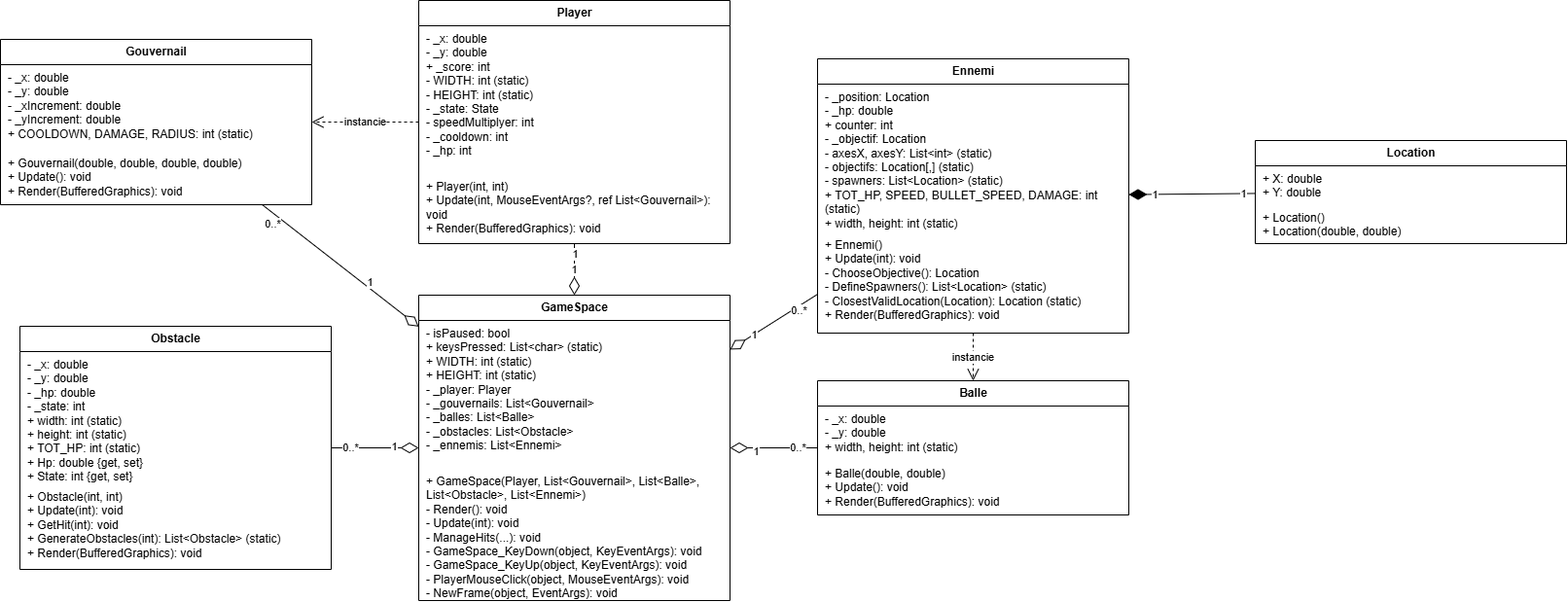
The draw.io diagram doc/ShootMeUp_diagramme_classes.drawio.png in yohannf-222/Projet-320-ShootMeUp-YFS, before a commit. Source tidied: cells renumbered, new cells last; positions are measured from the earlier drawing's top-left corner, leaving out a move shared by most shapes.
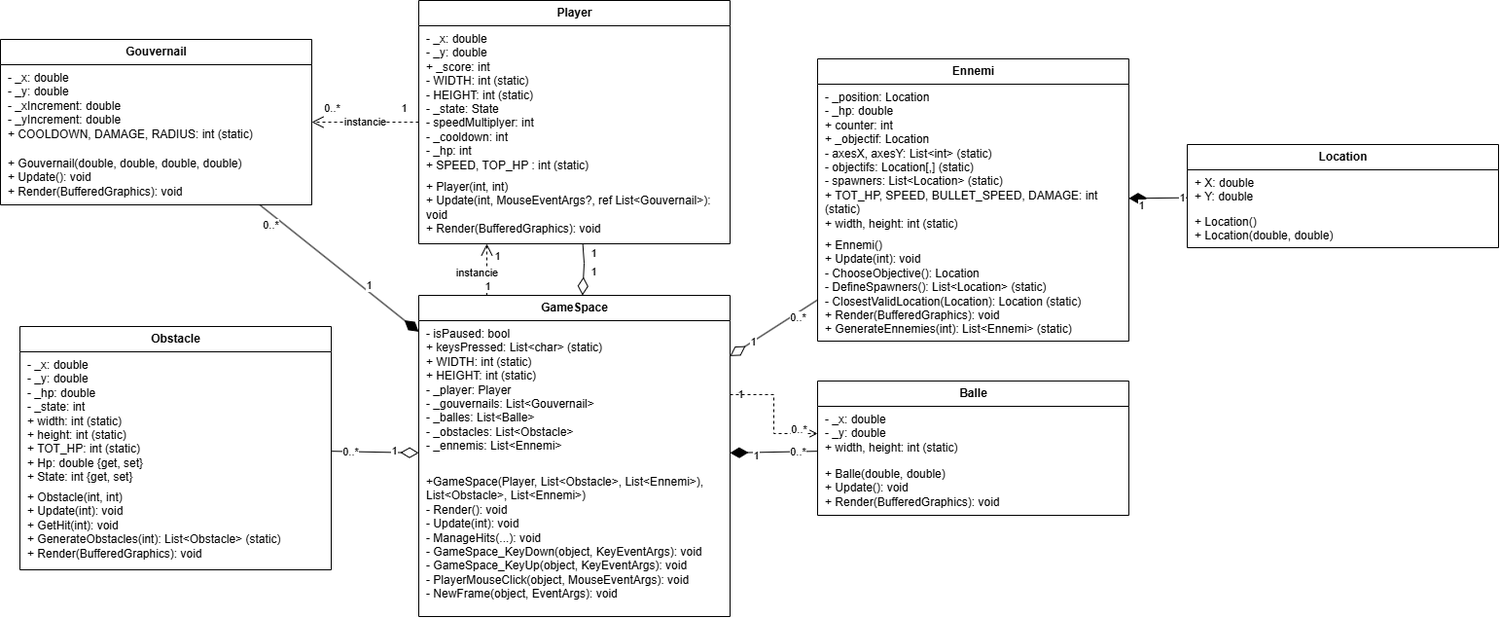
The same diagram one commit later.

Diff of the diagram source:
```diff
@@ -3,34 +3,34 @@
     <mxCell id="0" />
     <mxCell id="1" parent="0" />
     <mxCell id="2" value="GameSpace" style="swimlane;fontStyle=1;horizontal=1;startSize=26;html=1;" parent="1" vertex="1">
-      <mxGeometry x="430" y="303" width="320" height="314" as="geometry" />
+      <mxGeometry x="430" y="303" width="320" height="330" as="geometry" />
     </mxCell>
     <mxCell id="3" value="- isPaused: bool&#10;+ keysPressed: List&lt;char&gt; (static)&#10;+ WIDTH: int (static)&#10;+ HEIGHT: int (static)&#10;- _player: Player&#10;- _gouvernails: List&lt;Gouvernail&gt;&#10;- _balles: List&lt;Balle&gt;&#10;- _obstacles: List&lt;Obstacle&gt;&#10;- _ennemis: List&lt;Ennemi&gt;" style="text;align=left;verticalAlign=top;spacingLeft=6;whiteSpace=wrap;" parent="2" vertex="1">
       <mxGeometry y="26" width="320" height="152" as="geometry" />
     </mxCell>
-    <mxCell id="4" value="+ GameSpace(Player, List&lt;Gouvernail&gt;, List&lt;Balle&gt;, List&lt;Obstacle&gt;, List&lt;Ennemi&gt;)&#10;- Render(): void&#10;- Update(int): void&#10;- ManageHits(...): void&#10;- GameSpace_KeyDown(object, KeyEventArgs): void&#10;- GameSpace_KeyUp(object, KeyEventArgs): void&#10;- PlayerMouseClick(object, MouseEventArgs): void&#10;- NewFrame(object, EventArgs): void" style="text;align=left;verticalAlign=top;spacingLeft=6;whiteSpace=wrap;" parent="2" vertex="1">
-      <mxGeometry y="178" width="320" height="136" as="geometry" />
+    <mxCell id="4" value="+GameSpace(Player, List&lt;Obstacle&gt;, List&lt;Ennemi&gt;), List&lt;Obstacle&gt;, List&lt;Ennemi&gt;)&#10;- Render(): void&#10;- Update(int): void&#10;- ManageHits(...): void&#10;- GameSpace_KeyDown(object, KeyEventArgs): void&#10;- GameSpace_KeyUp(object, KeyEventArgs): void&#10;- PlayerMouseClick(object, MouseEventArgs): void&#10;- NewFrame(object, EventArgs): void" style="text;align=left;verticalAlign=top;spacingLeft=6;whiteSpace=wrap;" parent="2" vertex="1">
+      <mxGeometry y="178" width="320" height="152" as="geometry" />
     </mxCell>
     <mxCell id="5" value="Player" style="swimlane;fontStyle=1;horizontal=1;startSize=26;html=1;" parent="1" vertex="1">
       <mxGeometry x="430" width="320" height="250" as="geometry" />
     </mxCell>
-    <mxCell id="6" value="- _x: double&#10;- _y: double&#10;+ _score: int&#10;- WIDTH: int (static)&#10;- HEIGHT: int (static)&#10;- _state: State&#10;- speedMultiplyer: int&#10;- _cooldown: int&#10;- _hp: int" style="text;align=left;verticalAlign=top;spacingLeft=6;whiteSpace=wrap;" parent="5" vertex="1">
+    <mxCell id="6" value="- _x: double&#10;- _y: double&#10;+ _score: int&#10;- WIDTH: int (static)&#10;- HEIGHT: int (static)&#10;- _state: State&#10;- speedMultiplyer: int&#10;- _cooldown: int&#10;- _hp: int&#10;+ SPEED, TOP_HP : int (static)" style="text;align=left;verticalAlign=top;spacingLeft=6;whiteSpace=wrap;" parent="5" vertex="1">
       <mxGeometry y="26" width="320" height="152" as="geometry" />
     </mxCell>
     <mxCell id="7" value="+ Player(int, int)&#10;+ Update(int, MouseEventArgs?, ref List&lt;Gouvernail&gt;): void&#10;+ Render(BufferedGraphics): void" style="text;align=left;verticalAlign=top;spacingLeft=6;whiteSpace=wrap;" parent="5" vertex="1">
       <mxGeometry y="178" width="320" height="72" as="geometry" />
     </mxCell>
     <mxCell id="8" value="Ennemi" style="swimlane;fontStyle=1;horizontal=1;startSize=26;html=1;" parent="1" vertex="1">
-      <mxGeometry x="840" y="60" width="320" height="282" as="geometry" />
+      <mxGeometry x="840" y="60" width="320" height="290" as="geometry" />
     </mxCell>
-    <mxCell id="9" value="- _position: Location&#10;- _hp: double&#10;+ counter: int&#10;- _objectif: Location&#10;- axesX, axesY: List&lt;int&gt; (static)&#10;- objectifs: Location[,] (static)&#10;- spawners: List&lt;Location&gt; (static)&#10;+ TOT_HP, SPEED, BULLET_SPEED, DAMAGE: int (static)&#10;+ width, height: int (static)" style="text;align=left;verticalAlign=top;spacingLeft=6;whiteSpace=wrap;" parent="8" vertex="1">
+    <mxCell id="9" value="- _position: Location&#10;- _hp: double&#10;+ counter: int&#10;+ _objectif: Location&#10;- axesX, axesY: List&lt;int&gt; (static)&#10;- objectifs: Location[,] (static)&#10;- spawners: List&lt;Location&gt; (static)&#10;+ TOT_HP, SPEED, BULLET_SPEED, DAMAGE: int (static)&#10;+ width, height: int (static)" style="text;align=left;verticalAlign=top;spacingLeft=6;whiteSpace=wrap;" parent="8" vertex="1">
       <mxGeometry y="26" width="320" height="152" as="geometry" />
     </mxCell>
-    <mxCell id="10" value="+ Ennemi()&#10;+ Update(int): void&#10;- ChooseObjective(): Location&#10;- DefineSpawners(): List&lt;Location&gt; (static)&#10;- ClosestValidLocation(Location): Location (static)&#10;+ Render(BufferedGraphics): void" style="text;align=left;verticalAlign=top;spacingLeft=6;whiteSpace=wrap;" parent="8" vertex="1">
-      <mxGeometry y="178" width="320" height="104" as="geometry" />
+    <mxCell id="10" value="+ Ennemi()&#10;+ Update(int): void&#10;- ChooseObjective(): Location&#10;- DefineSpawners(): List&lt;Location&gt; (static)&#10;- ClosestValidLocation(Location): Location (static)&#10;+ Render(BufferedGraphics): void&#10;+ GenerateEnnemies(int): List&lt;Ennemi&gt; (static)" style="text;align=left;verticalAlign=top;spacingLeft=6;whiteSpace=wrap;" parent="8" vertex="1">
+      <mxGeometry y="178" width="320" height="112" as="geometry" />
     </mxCell>
     <mxCell id="11" value="Location" style="swimlane;fontStyle=1;horizontal=1;startSize=26;html=1;" parent="1" vertex="1">
-      <mxGeometry x="1290" y="144" width="320" height="106" as="geometry" />
+      <mxGeometry x="1220" y="148" width="320" height="106" as="geometry" />
     </mxCell>
     <mxCell id="12" value="+ X: double&#10;+ Y: double" style="text;align=left;verticalAlign=top;spacingLeft=6;whiteSpace=wrap;" parent="11" vertex="1">
       <mxGeometry y="26" width="320" height="40" as="geometry" />
@@ -66,25 +66,35 @@
       <mxGeometry y="82" width="320" height="56" as="geometry" />
     </mxCell>
     <mxCell id="23" value="1" style="endArrow=diamondThin;endFill=0;endSize=16;html=1;edgeStyle=none;rounded=0;" parent="1" edge="1" source="5" target="2">
-      <mxGeometry relative="1" as="geometry" />
+      <mxGeometry x="0.11" y="11" relative="1" as="geometry">
+        <Array as="points">
+          <mxPoint x="600" y="270" />
+        </Array>
+        <mxPoint y="-1" as="offset" />
+      </mxGeometry>
     </mxCell>
     <mxCell id="24" value="1" style="edgeLabel;html=1;align=center;verticalAlign=middle;" parent="23" vertex="1">
       <mxGeometry x="-0.51" y="1" relative="1" as="geometry">
-        <mxPoint x="-1" y="-3" as="offset" />
+        <mxPoint x="9" y="-3" as="offset" />
       </mxGeometry>
     </mxCell>
-    <mxCell id="25" value="0..*" style="endArrow=diamondThin;endFill=0;endSize=16;html=1;edgeStyle=none;rounded=0;" parent="1" edge="1" source="17" target="2">
-      <mxGeometry x="-0.8" y="-9" relative="1" as="geometry" />
+    <mxCell id="25" value="0..*" style="endArrow=diamondThin;endFill=1;endSize=16;html=1;edgeStyle=none;rounded=0;" parent="1" edge="1" source="17" target="2">
+      <mxGeometry x="-0.79" y="-9" relative="1" as="geometry" />
     </mxCell>
     <mxCell id="26" value="1" style="edgeLabel;html=1;align=center;verticalAlign=middle;" parent="25" vertex="1">
-      <mxGeometry x="0.34" y="5" relative="1" as="geometry" />
+      <mxGeometry x="0.33" y="5" relative="1" as="geometry" />
     </mxCell>
-    <mxCell id="27" value="0..*" style="endArrow=diamondThin;endFill=0;endSize=16;html=1;edgeStyle=none;rounded=0;" parent="1" edge="1" source="20" target="2">
+    <mxCell id="27" value="0..*" style="endArrow=diamondThin;endFill=1;endSize=16;html=1;edgeStyle=none;rounded=0;" parent="1" edge="1" source="20" target="2">
       <mxGeometry x="-0.56" relative="1" as="geometry" />
     </mxCell>
     <mxCell id="28" value="1" style="edgeLabel;html=1;align=center;verticalAlign=middle;" parent="27" vertex="1">
       <mxGeometry x="0.42" y="3" relative="1" as="geometry" />
     </mxCell>
+    <mxCell id="38" value="1" style="edgeLabel;html=1;align=center;verticalAlign=middle;" parent="27" vertex="1">
+      <mxGeometry x="0.33" relative="1" as="geometry">
+        <mxPoint x="-20" y="-60" as="offset" />
+      </mxGeometry>
+    </mxCell>
     <mxCell id="29" value="0..*" style="endArrow=diamondThin;endFill=0;endSize=16;html=1;edgeStyle=none;rounded=0;" parent="1" edge="1" source="14" target="2">
       <mxGeometry x="-0.56" relative="1" as="geometry" />
     </mxCell>
@@ -103,7 +113,9 @@
       <mxGeometry relative="1" as="geometry" />
     </mxCell>
     <mxCell id="34" value="1" style="edgeLabel;html=1;align=center;verticalAlign=middle;" parent="33" vertex="1">
-      <mxGeometry x="0.6" relative="1" as="geometry" />
+      <mxGeometry x="0.6" relative="1" as="geometry">
+        <mxPoint y="7" as="offset" />
+      </mxGeometry>
     </mxCell>
     <mxCell id="35" value="1" style="edgeLabel;html=1;align=center;verticalAlign=middle;" parent="33" vertex="1">
       <mxGeometry x="-0.8" relative="1" as="geometry" />
@@ -111,8 +123,37 @@
     <mxCell id="36" value="instancie" style="endArrow=open;dashed=1;endSize=10;html=1;edgeStyle=none;rounded=0;" parent="1" edge="1" source="5" target="17">
       <mxGeometry relative="1" as="geometry" />
     </mxCell>
+    <mxCell id="39" value="0..*" style="edgeLabel;html=1;align=center;verticalAlign=middle;inheritText=1;" parent="36" vertex="1">
+      <mxGeometry x="0.69" y="-2" relative="1" as="geometry">
+        <mxPoint x="3" y="-13" as="offset" />
+      </mxGeometry>
+    </mxCell>
+    <mxCell id="40" value="1" style="edgeLabel;html=1;align=center;verticalAlign=middle;inheritText=1;" parent="36" vertex="1">
+      <mxGeometry x="-0.71" relative="1" as="geometry">
+        <mxPoint y="-15" as="offset" />
+      </mxGeometry>
+    </mxCell>
+    <mxCell id="41" style="edgeStyle=orthogonalEdgeStyle;rounded=0;jettySize=auto;html=1;defaultLabelBackgroundColor=page;dashed=1;endArrow=open;endFill=0;" parent="1" edge="1" source="3" target="21">
+      <mxGeometry relative="1" as="geometry" />
+    </mxCell>
+    <mxCell id="42" value="&lt;span style=&quot;background-color: rgb(255, 255, 255);&quot;&gt;0..*&lt;/span&gt;" style="edgeLabel;html=1;align=center;verticalAlign=middle;inheritText=1;defaultLabelBackgroundColor=page;" parent="41" vertex="1">
+      <mxGeometry x="-0.77" relative="1" as="geometry">
+        <mxPoint x="55" y="35" as="offset" />
+      </mxGeometry>
+    </mxCell>
-    <mxCell id="37" value="instancie" style="endArrow=open;dashed=1;endSize=10;html=1;edgeStyle=none;rounded=0;" parent="1" edge="1" source="8" target="20">
-      <mxGeometry relative="1" as="geometry" />
+    <mxCell id="37" value="instancie" style="endArrow=open;dashed=1;endSize=10;html=1;edgeStyle=none;rounded=0;" parent="1" edge="1">
+      <mxGeometry x="-0.13" y="10" relative="1" as="geometry">
+        <mxPoint x="500" y="303" as="sourcePoint" />
+        <mxPoint x="500" y="250" as="targetPoint" />
+      </mxGeometry>
     </mxCell>
+    <mxCell id="43" value="1" style="edgeLabel;html=1;align=center;verticalAlign=middle;inheritText=1;" parent="37" vertex="1">
+      <mxGeometry x="0.55" relative="1" as="geometry">
+        <mxPoint x="10" as="offset" />
+      </mxGeometry>
+    </mxCell>
+    <mxCell id="44" value="1" style="edgeLabel;html=1;align=center;verticalAlign=middle;inheritText=1;" parent="37" vertex="1">
+      <mxGeometry x="-0.68" relative="1" as="geometry" />
+    </mxCell>
   </root>
 </mxGraphModel>
```
